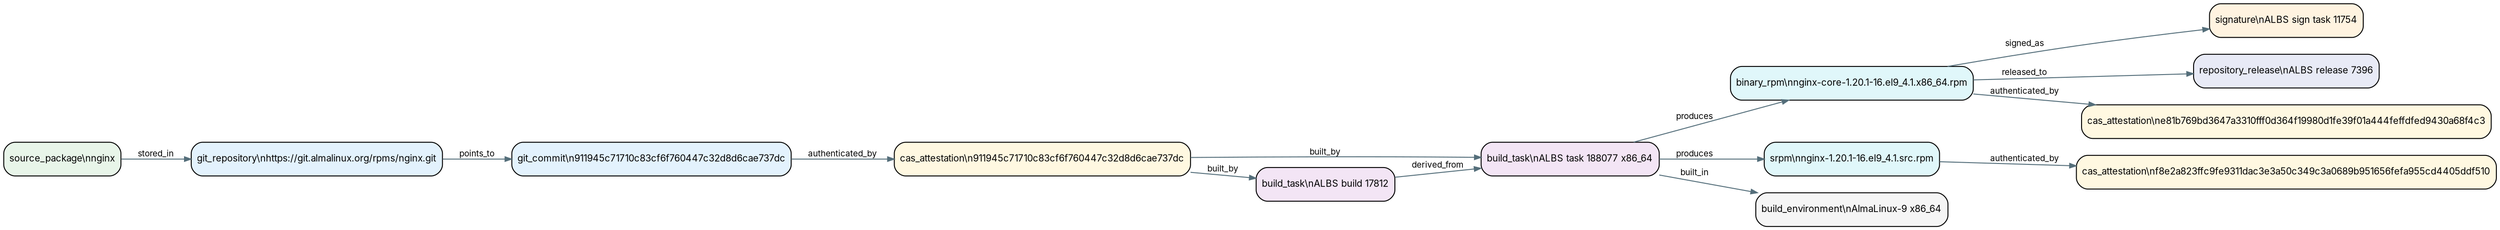
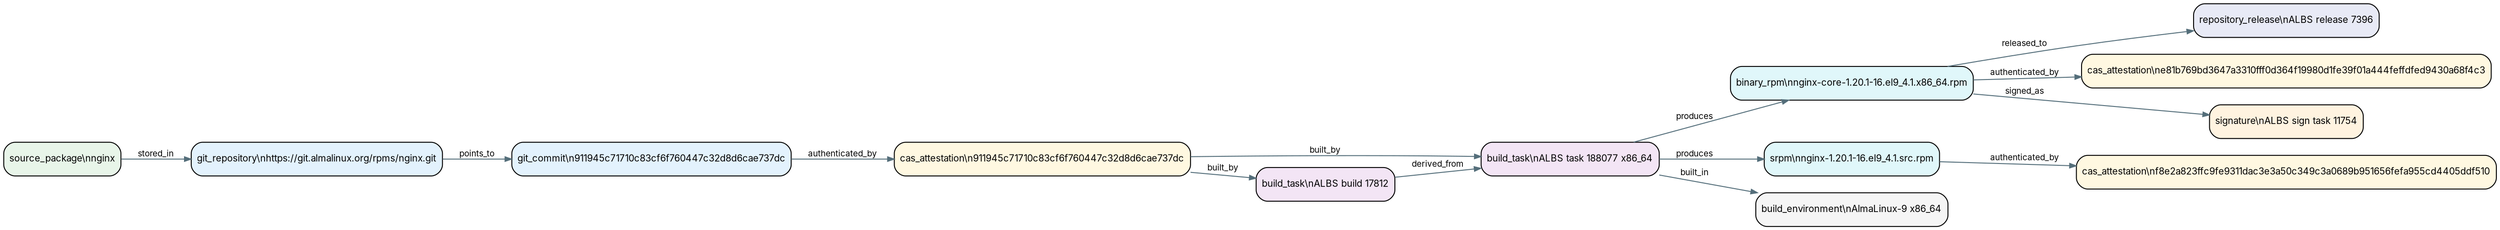
digraph albs_provenance {
  graph [rankdir=LR, bgcolor="white", fontname="Inter"];
  node [shape=box, style="rounded,filled", fontname="Inter", fontsize=10, margin="0.08,0.06"];
  edge [fontname="Inter", fontsize=9, color="#546E7A", arrowsize=0.7];
-   "src:nginx" [label="source_package\\nnginx", fillcolor="#E8F5E9"];
-   "sig:albs:11754" [label="signature\\nALBS sign task 11754", fillcolor="#FFF3E0"];
+   "build:albs-task:188077" [label="build_task\\nALBS task 188077 x86_64", fillcolor="#F3E5F5"];
  "rpm:3237140:nginx-core-1.20.1-16.el9_4.1.x86_64.rpm" [label="binary_rpm\\nnginx-core-1.20.1-16.el9_4.1.x86_64.rpm", fillcolor="#E0F7FA"];
  "srpm:3237035:nginx-1.20.1-16.el9_4.1.src.rpm" [label="srpm\\nnginx-1.20.1-16.el9_4.1.src.rpm", fillcolor="#E0F7FA"];
  "repo-release:ALBS release 7396" [label="repository_release\\nALBS release 7396", fillcolor="#E8EAF6"];
+   "git:https://git.almalinux.org/rpms/nginx.git" [label="git_repository\\nhttps://git.almalinux.org/rpms/nginx.git", fillcolor="#E3F2FD"];
+   "cas:artifact:e81b769bd3647a3310fff0d364f19980d1fe39f01a444feffdfed9430a68f4c3" [label="cas_attestation\\ne81b769bd3647a3310fff0d364f19980d1fe39f01a444feffdfed9430a68f4c3", fillcolor="#FFF8E1"];
+   "buildenv:AlmaLinux-9:x86_64" [label="build_environment\\nAlmaLinux-9 x86_64", fillcolor="#F5F5F5"];
+   "sig:albs:11754" [label="signature\\nALBS sign task 11754", fillcolor="#FFF3E0"];
  "commit:nginx:911945c71710c83cf6f760447c32d8d6cae737dc" [label="git_commit\\n911945c71710c83cf6f760447c32d8d6cae737dc", fillcolor="#E3F2FD"];
-   "cas:artifact:e81b769bd3647a3310fff0d364f19980d1fe39f01a444feffdfed9430a68f4c3" [label="cas_attestation\\ne81b769bd3647a3310fff0d364f19980d1fe39f01a444feffdfed9430a68f4c3", fillcolor="#FFF8E1"];
-   "git:https://git.almalinux.org/rpms/nginx.git" [label="git_repository\\nhttps://git.almalinux.org/rpms/nginx.git", fillcolor="#E3F2FD"];
-   "build:albs-task:188077" [label="build_task\\nALBS task 188077 x86_64", fillcolor="#F3E5F5"];
-   "build:albs:17812" [label="build_task\\nALBS build 17812", fillcolor="#F3E5F5"];
-   "buildenv:AlmaLinux-9:x86_64" [label="build_environment\\nAlmaLinux-9 x86_64", fillcolor="#F5F5F5"];
  "cas:artifact:f8e2a823ffc9fe9311dac3e3a50c349c3a0689b951656fefa955cd4405ddf510" [label="cas_attestation\\nf8e2a823ffc9fe9311dac3e3a50c349c3a0689b951656fefa955cd4405ddf510", fillcolor="#FFF8E1"];
  "cas:source:nginx:911945c71710c83cf6f760447c32d8d6cae737dc" [label="cas_attestation\\n911945c71710c83cf6f760447c32d8d6cae737dc", fillcolor="#FFF8E1"];
+   "build:albs:17812" [label="build_task\\nALBS build 17812", fillcolor="#F3E5F5"];
+   "src:nginx" [label="source_package\\nnginx", fillcolor="#E8F5E9"];
  "src:nginx" -> "git:https://git.almalinux.org/rpms/nginx.git" [label="stored_in"];
  "git:https://git.almalinux.org/rpms/nginx.git" -> "commit:nginx:911945c71710c83cf6f760447c32d8d6cae737dc" [label="points_to"];
  "commit:nginx:911945c71710c83cf6f760447c32d8d6cae737dc" -> "cas:source:nginx:911945c71710c83cf6f760447c32d8d6cae737dc" [label="authenticated_by"];
  "cas:source:nginx:911945c71710c83cf6f760447c32d8d6cae737dc" -> "build:albs:17812" [label="built_by"];
  "cas:source:nginx:911945c71710c83cf6f760447c32d8d6cae737dc" -> "build:albs-task:188077" [label="built_by"];
  "build:albs:17812" -> "build:albs-task:188077" [label="derived_from"];
  "build:albs-task:188077" -> "buildenv:AlmaLinux-9:x86_64" [label="built_in"];
  "build:albs-task:188077" -> "srpm:3237035:nginx-1.20.1-16.el9_4.1.src.rpm" [label="produces"];
  "srpm:3237035:nginx-1.20.1-16.el9_4.1.src.rpm" -> "cas:artifact:f8e2a823ffc9fe9311dac3e3a50c349c3a0689b951656fefa955cd4405ddf510" [label="authenticated_by"];
  "build:albs-task:188077" -> "rpm:3237140:nginx-core-1.20.1-16.el9_4.1.x86_64.rpm" [label="produces"];
  "rpm:3237140:nginx-core-1.20.1-16.el9_4.1.x86_64.rpm" -> "cas:artifact:e81b769bd3647a3310fff0d364f19980d1fe39f01a444feffdfed9430a68f4c3" [label="authenticated_by"];
  "rpm:3237140:nginx-core-1.20.1-16.el9_4.1.x86_64.rpm" -> "repo-release:ALBS release 7396" [label="released_to"];
  "rpm:3237140:nginx-core-1.20.1-16.el9_4.1.x86_64.rpm" -> "sig:albs:11754" [label="signed_as"];
}
